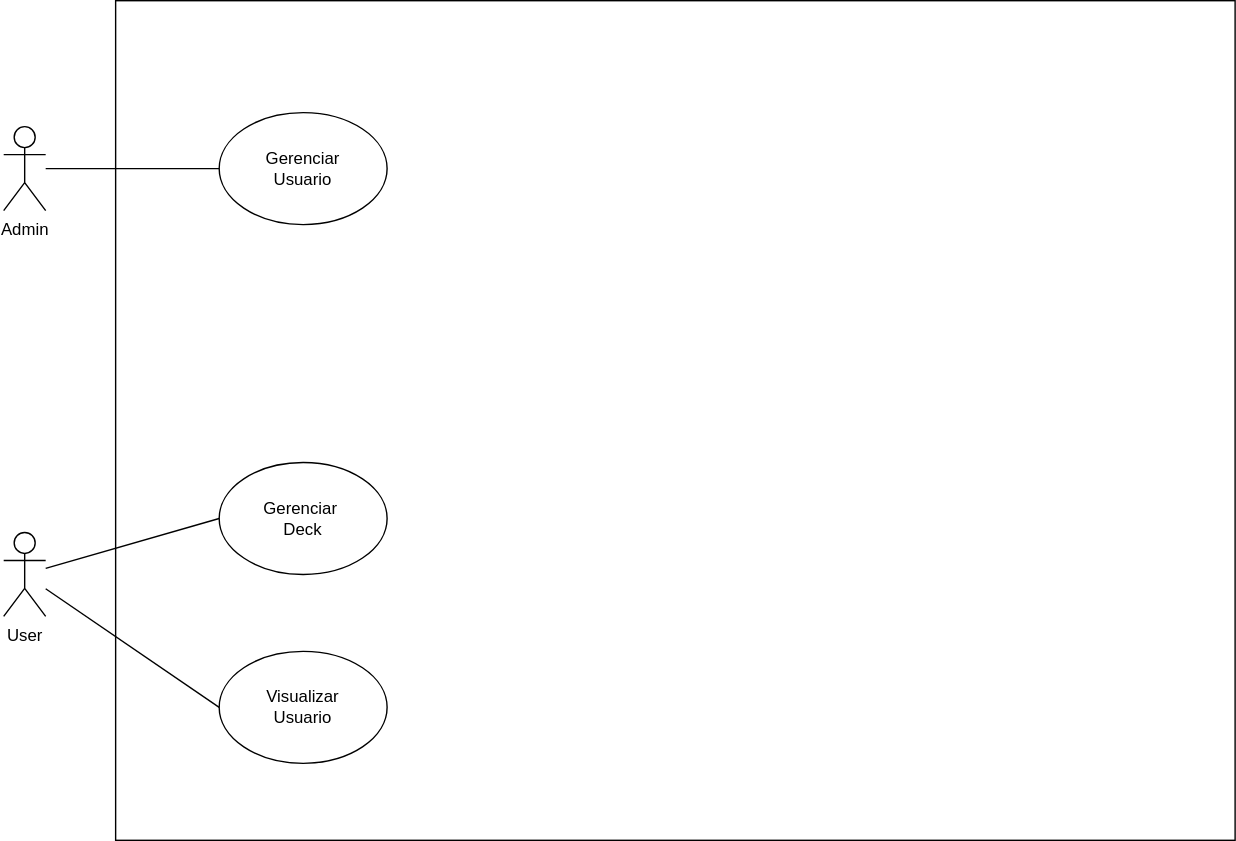
Earlier version of the draw.io export CasosDeUso.svg (cassiovittori/Projeto_MPS). Source tidied: cells renumbered, new cells last; positions are measured from the earlier drawing's top-left corner, leaving out a move shared by most shapes.
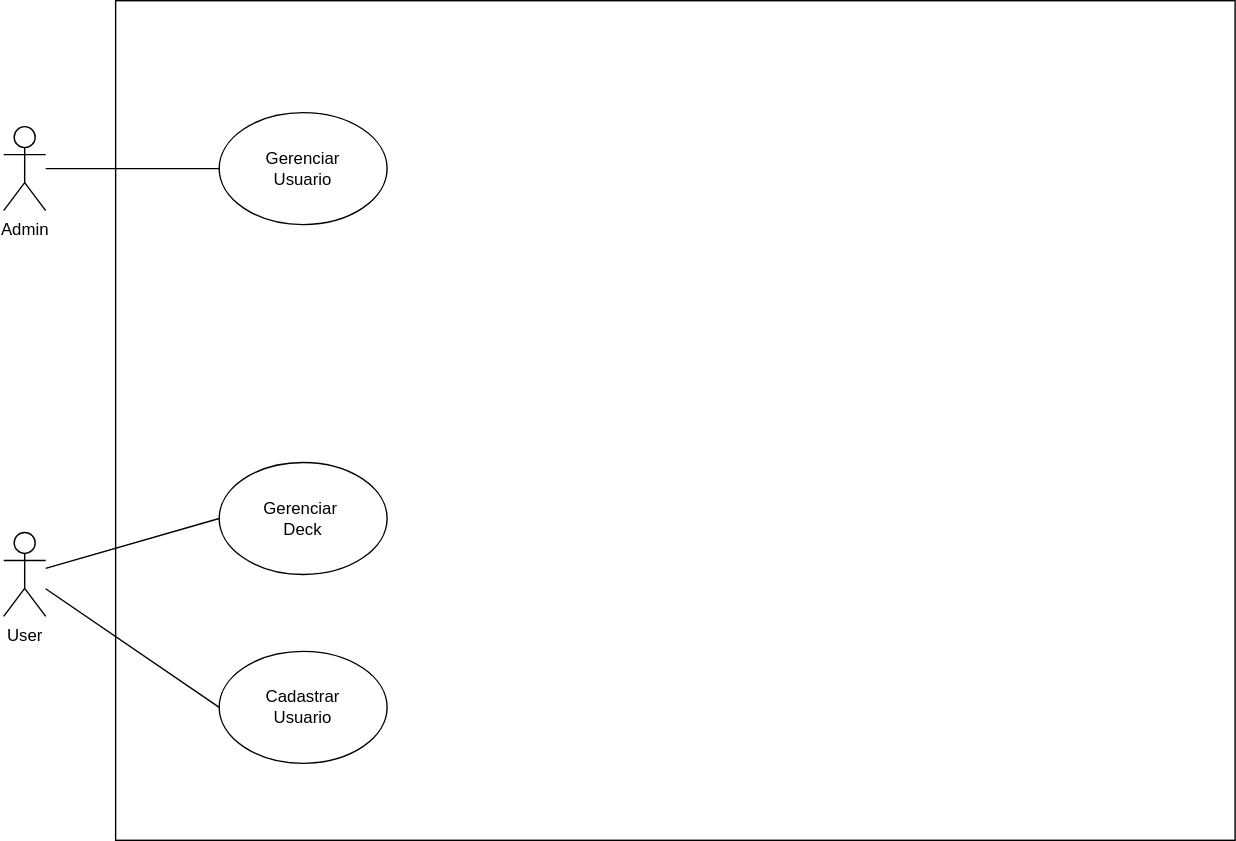
After the commit.

The edit, as a diff of the source:
```diff
@@ -17,7 +17,7 @@
     <mxCell id="6" value="User&lt;div&gt;&lt;br&gt;&lt;/div&gt;" style="shape=umlActor;verticalLabelPosition=bottom;verticalAlign=top;html=1;outlineConnect=0;" parent="1" vertex="1">
       <mxGeometry y="380" width="30" height="60" as="geometry" />
     </mxCell>
-    <mxCell id="7" value="Visualizar&lt;div&gt;Usuario&lt;/div&gt;" style="ellipse;whiteSpace=wrap;html=1;" parent="1" vertex="1">
+    <mxCell id="7" value="Cadastrar&lt;div&gt;Usuario&lt;/div&gt;" style="ellipse;whiteSpace=wrap;html=1;" parent="1" vertex="1">
       <mxGeometry x="154" y="465" width="120" height="80" as="geometry" />
     </mxCell>
     <mxCell id="8" style="endArrow=none;html=1;rounded=0;entryX=0;entryY=0.5;entryDx=0;entryDy=0;" parent="1" edge="1" source="6" target="7">
```
